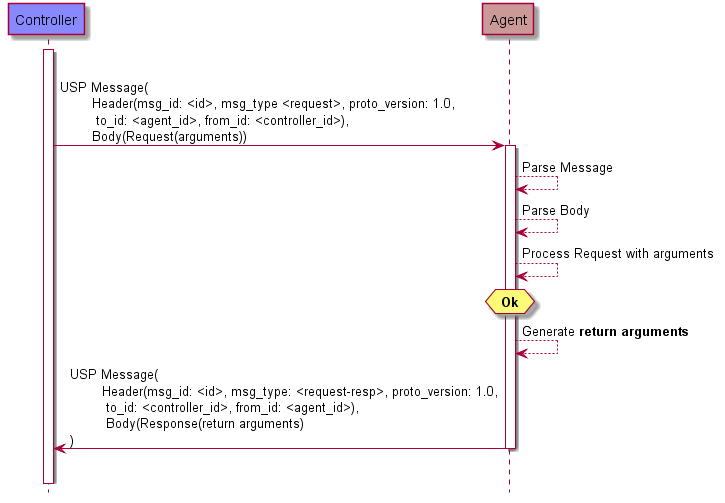
Earlier version of the PlantUML export specification/messages/successful_response.png (BroadbandForum/usp).
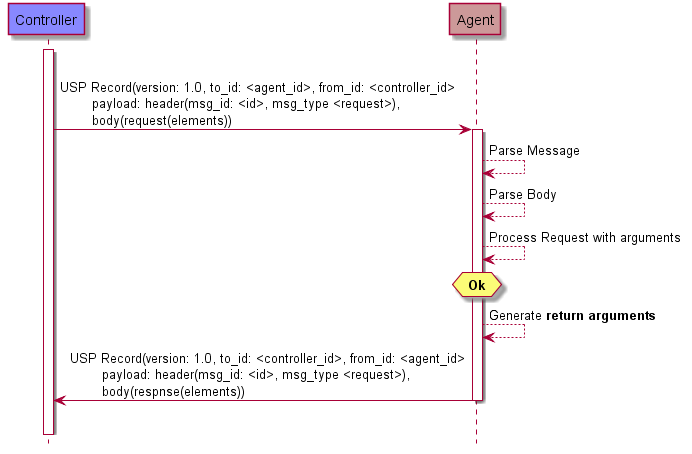
The same diagram one commit later.

Change to the diagram source:
```diff
@@ -7,7 +7,7 @@
 activate C
 |||
 
-C -> A: USP Message(\n\tHeader(msg_id: <id>, msg_type <request>, proto_version: 1.0,\n\t to_id: <agent_id>, from_id: <controller_id>),\n\tBody(Request(arguments))
+C -> A: USP Record(version: 1.0, to_id: <agent_id>, from_id: <controller_id>\n\tpayload: header(msg_id: <id>, msg_type <request>),\n\tbody(request(elements))
 
 activate A
 A-->A: Parse Message
@@ -16,7 +16,7 @@
 hnote over A : ** Ok **
 A-->A: Generate **return arguments**
 
-A -> C: USP Message(\n\tHeader(msg_id: <id>, msg_type: <request-resp>, proto_version: 1.0,\n\t to_id: <controller_id>, from_id: <agent_id>),\n\t Body(Response(return arguments)\n)
+A -> C: USP Record(version: 1.0, to_id: <controller_id>, from_id: <agent_id>\n\tpayload: header(msg_id: <id>, msg_type <request>),\n\tbody(respnse(elements))
 deactivate A
 |||
 @enduml
```
